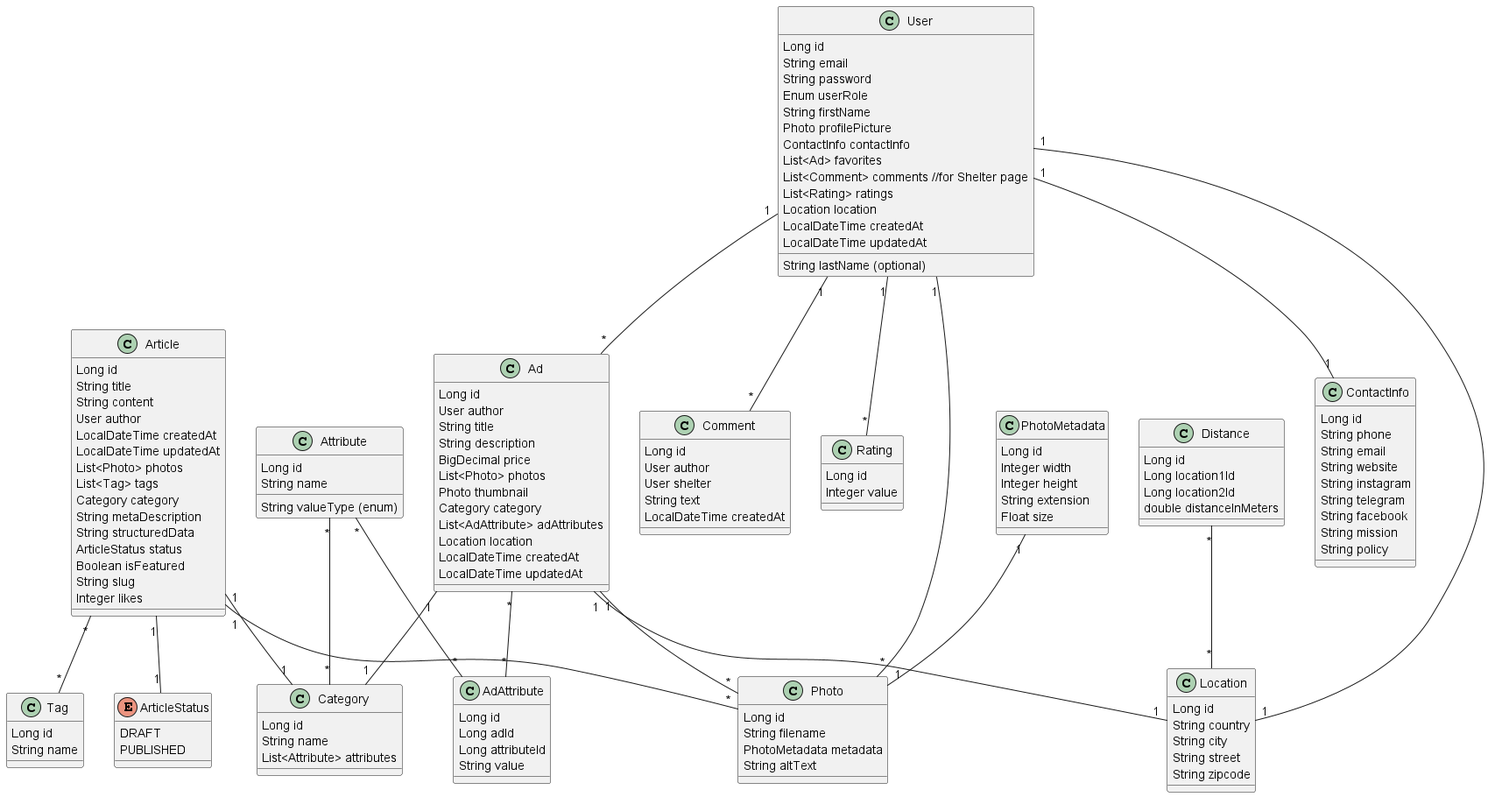
OleksandrProkopenkoDev/marketplace keeps this PlantUML diagram as docs/distance/distance-class-diagram/distance-class-diagram.png. Above is the earlier version.
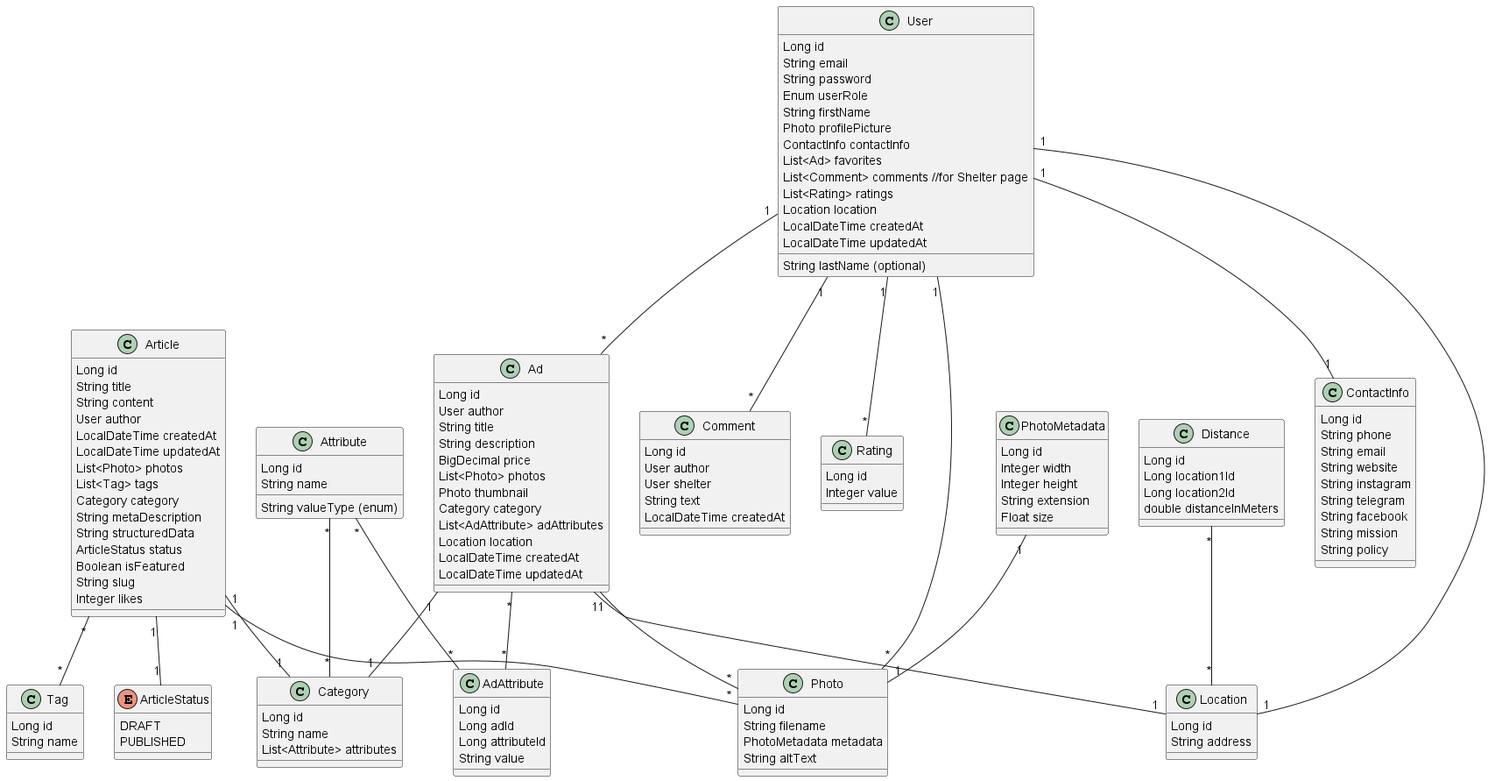
After the change.

Commit message:
class diagram updated

What changed in the source:
```diff
@@ -40,10 +40,7 @@
 
 class Location {
   Long id
-  String country
-  String city
-  String street
-  String zipcode
+  String address
 }
 
 class User {
```
